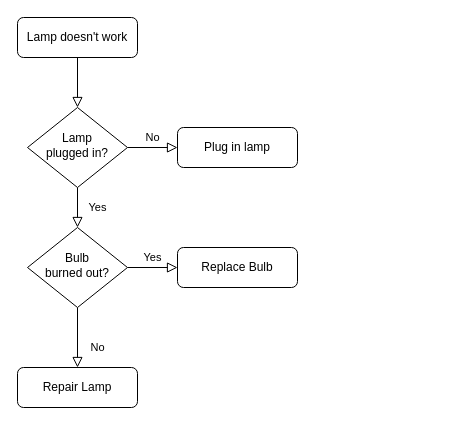
This is Untitled Diagram.drawio from yehanming/free, a draw.io file, before an edit. Source tidied: cells renumbered, new cells numbered last; positions are measured from the earlier drawing's top-left corner, leaving out a move shared by most shapes. Both pictures are drawn from the tidied source at 100%, with x=0, y=0 at pixel (17, 17).
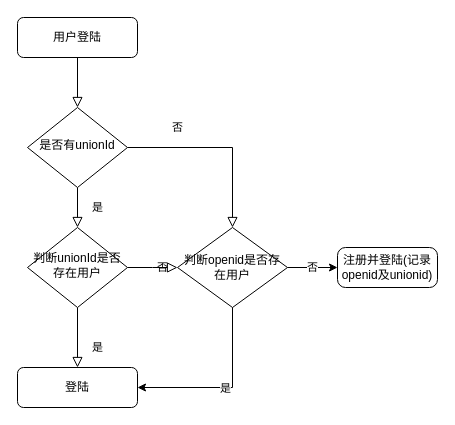
The same page after the edit.

What changed in the source:
```diff
@@
 <mxGraphModel>
   <root>
     <mxCell id="0" />
     <mxCell id="1" parent="0" />
     <mxCell id="2" style="rounded=0;html=1;jettySize=auto;fontSize=11;endArrow=block;endFill=0;endSize=8;strokeWidth=1;shadow=0;labelBackgroundColor=none;edgeStyle=orthogonalEdgeStyle;" parent="1" edge="1" source="3" target="6">
       <mxGeometry relative="1" as="geometry" />
     </mxCell>
-    <mxCell id="3" value="Lamp doesn't work" style="rounded=1;whiteSpace=wrap;html=1;fontSize=12;glass=0;strokeWidth=1;shadow=0;" parent="1" vertex="1">
+    <mxCell id="3" value="用户登陆" style="rounded=1;whiteSpace=wrap;html=1;fontSize=12;glass=0;strokeWidth=1;shadow=0;" parent="1" vertex="1">
       <mxGeometry width="120" height="40" as="geometry" />
     </mxCell>
-    <mxCell id="4" value="Yes" style="rounded=0;html=1;jettySize=auto;fontSize=11;endArrow=block;endFill=0;endSize=8;strokeWidth=1;shadow=0;labelBackgroundColor=none;edgeStyle=orthogonalEdgeStyle;" parent="1" edge="1" source="6" target="10">
+    <mxCell id="4" value="是" style="rounded=0;html=1;jettySize=auto;fontSize=11;endArrow=block;endFill=0;endSize=8;strokeWidth=1;shadow=0;labelBackgroundColor=none;edgeStyle=orthogonalEdgeStyle;" parent="1" edge="1" source="6" target="10">
       <mxGeometry y="20" relative="1" as="geometry" />
     </mxCell>
-    <mxCell id="5" value="No" style="edgeStyle=orthogonalEdgeStyle;rounded=0;html=1;jettySize=auto;fontSize=11;endArrow=block;endFill=0;endSize=8;strokeWidth=1;shadow=0;labelBackgroundColor=none;" parent="1" edge="1" source="6" target="7">
-      <mxGeometry y="10" relative="1" as="geometry" />
+    <mxCell id="5" value="否" style="edgeStyle=orthogonalEdgeStyle;rounded=0;html=1;jettySize=auto;fontSize=11;endArrow=block;endFill=0;endSize=8;strokeWidth=1;shadow=0;labelBackgroundColor=none;entryX=0.5;entryY=0;entryDx=0;entryDy=0;" parent="1" edge="1" source="6" target="13">
+      <mxGeometry x="-0.46" y="20" relative="1" as="geometry" />
     </mxCell>
-    <mxCell id="6" value="Lamp&lt;br&gt;plugged in?" style="rhombus;whiteSpace=wrap;html=1;shadow=0;fontFamily=Helvetica;fontSize=12;align=center;strokeWidth=1;spacing=6;spacingTop=-4;" parent="1" vertex="1">
+    <mxCell id="6" value="是否有unionId" style="rhombus;whiteSpace=wrap;html=1;shadow=0;fontFamily=Helvetica;fontSize=12;align=center;strokeWidth=1;spacing=6;spacingTop=-4;" parent="1" vertex="1">
       <mxGeometry x="10" y="90" width="100" height="80" as="geometry" />
     </mxCell>
-    <mxCell id="7" value="Plug in lamp" style="rounded=1;whiteSpace=wrap;html=1;fontSize=12;glass=0;strokeWidth=1;shadow=0;" parent="1" vertex="1">
-      <mxGeometry x="160" y="110" width="120" height="40" as="geometry" />
-    </mxCell>
-    <mxCell id="8" value="No" style="rounded=0;html=1;jettySize=auto;fontSize=11;endArrow=block;endFill=0;endSize=8;strokeWidth=1;shadow=0;labelBackgroundColor=none;edgeStyle=orthogonalEdgeStyle;" parent="1" edge="1" source="10" target="11">
+    <mxCell id="8" value="是" style="rounded=0;html=1;jettySize=auto;fontSize=11;endArrow=block;endFill=0;endSize=8;strokeWidth=1;shadow=0;labelBackgroundColor=none;edgeStyle=orthogonalEdgeStyle;" parent="1" edge="1" source="10" target="11">
       <mxGeometry x="0.33" y="20" relative="1" as="geometry" />
     </mxCell>
-    <mxCell id="9" value="Yes" style="edgeStyle=orthogonalEdgeStyle;rounded=0;html=1;jettySize=auto;fontSize=11;endArrow=block;endFill=0;endSize=8;strokeWidth=1;shadow=0;labelBackgroundColor=none;" parent="1" edge="1" source="10" target="12">
-      <mxGeometry y="10" relative="1" as="geometry" />
+    <mxCell id="9" value="否" style="edgeStyle=orthogonalEdgeStyle;rounded=0;html=1;jettySize=auto;fontSize=11;endArrow=block;endFill=0;endSize=8;strokeWidth=1;shadow=0;labelBackgroundColor=none;" parent="1" edge="1" source="10">
+      <mxGeometry y="10" relative="1" as="geometry">
+        <mxPoint x="160" y="250" as="targetPoint" />
+      </mxGeometry>
     </mxCell>
-    <mxCell id="10" value="Bulb&lt;br&gt;burned out?" style="rhombus;whiteSpace=wrap;html=1;shadow=0;fontFamily=Helvetica;fontSize=12;align=center;strokeWidth=1;spacing=6;spacingTop=-4;" parent="1" vertex="1">
+    <mxCell id="10" value="判断unionId是否存在用户" style="rhombus;whiteSpace=wrap;html=1;shadow=0;fontFamily=Helvetica;fontSize=12;align=center;strokeWidth=1;spacing=6;spacingTop=-4;" parent="1" vertex="1">
       <mxGeometry x="10" y="210" width="100" height="80" as="geometry" />
     </mxCell>
-    <mxCell id="11" value="Repair Lamp" style="rounded=1;whiteSpace=wrap;html=1;fontSize=12;glass=0;strokeWidth=1;shadow=0;" parent="1" vertex="1">
+    <mxCell id="11" value="登陆" style="rounded=1;whiteSpace=wrap;html=1;fontSize=12;glass=0;strokeWidth=1;shadow=0;" parent="1" vertex="1">
       <mxGeometry y="350" width="120" height="40" as="geometry" />
     </mxCell>
-    <mxCell id="12" value="Replace Bulb" style="rounded=1;whiteSpace=wrap;html=1;fontSize=12;glass=0;strokeWidth=1;shadow=0;" parent="1" vertex="1">
-      <mxGeometry x="160" y="230" width="120" height="40" as="geometry" />
-    </mxCell>
+    <mxCell id="13" value="判断openid是否存在用户" style="rhombus;whiteSpace=wrap;html=1;" parent="1" vertex="1">
+      <mxGeometry x="160" y="210" width="110" height="80" as="geometry" />
+    </mxCell>
+    <mxCell id="14" value="注册并登陆(记录openid及unionid)" style="rounded=1;whiteSpace=wrap;html=1;arcSize=20;" parent="1" vertex="1">
+      <mxGeometry x="320" y="230" width="100" height="40" as="geometry" />
+    </mxCell>
+    <mxCell id="15" value="否" style="endArrow=classic;html=1;rounded=0;exitX=1;exitY=0.5;exitDx=0;exitDy=0;entryX=0;entryY=0.5;entryDx=0;entryDy=0;" parent="1" edge="1" source="13" target="14">
+      <mxGeometry relative="1" as="geometry" />
+    </mxCell>
+    <mxCell id="16" style="endArrow=classic;html=1;rounded=0;exitX=0.5;exitY=1;exitDx=0;exitDy=0;entryX=1;entryY=0.5;entryDx=0;entryDy=0;" parent="1" edge="1" source="13" target="11">
+      <mxGeometry relative="1" as="geometry">
+        <Array as="points">
+          <mxPoint x="215" y="370" />
+        </Array>
+      </mxGeometry>
+    </mxCell>
+    <mxCell id="17" value="是" style="edgeLabel;html=1;align=center;verticalAlign=middle;" parent="16" vertex="1">
+      <mxGeometry relative="1" as="geometry" />
+    </mxCell>
   </root>
 </mxGraphModel>
```
